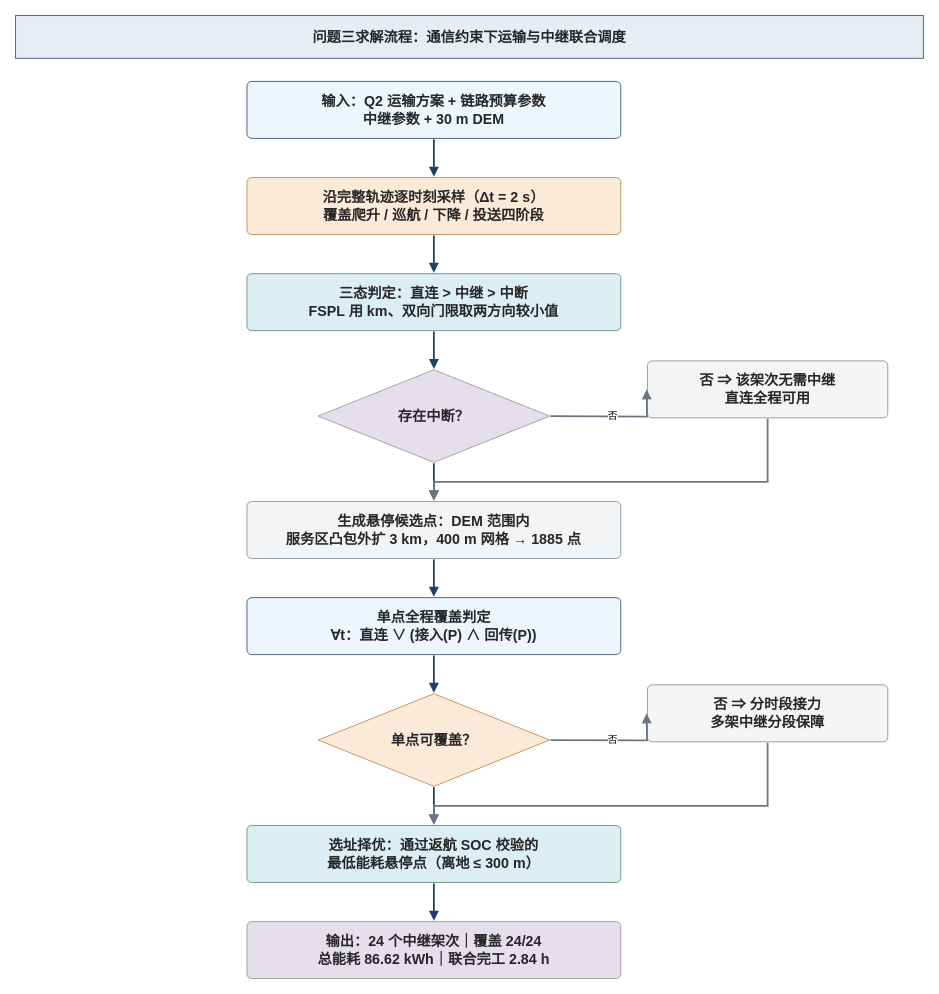
Above: otheragent/diagrams/f03_flow.drawio in starfruitsz/MathAgent (draw.io), before the change. Source tidied: cells renumbered, new cells numbered last; positions are measured from the earlier drawing's top-left corner, leaving out a move shared by most shapes. Both pictures are drawn from the tidied source at 89%, with x=0, y=0 at pixel (15, 15).
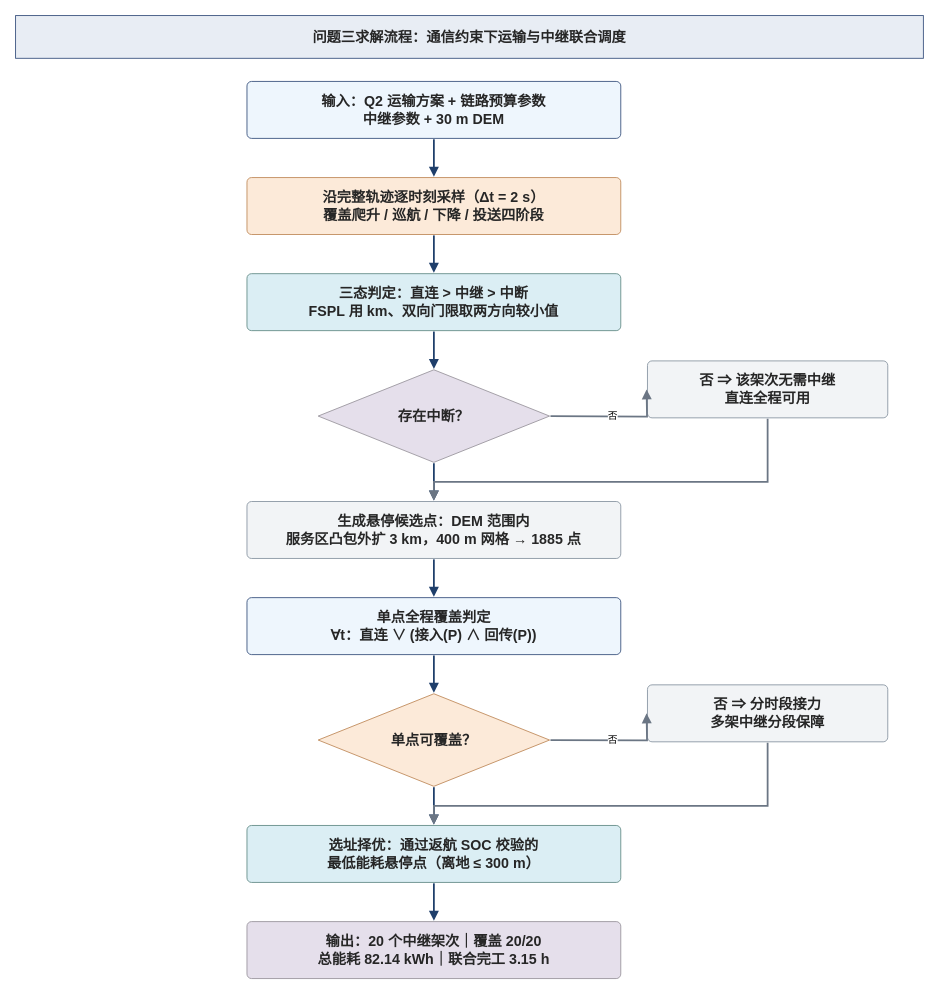
After the change.

What changed in the source:
```diff
@@
-    <mxCell id="24" value="输出：24 个中继架次｜覆盖 24/24&lt;br&gt;总能耗 86.62 kWh｜联合完工 2.84 h" style="rounded=1;arcSize=8;whiteSpace=wrap;html=1;fillColor=#e5dfeb;strokeColor=#9b979f;strokeWidth=1;fontSize=16;fontStyle=1;fontColor=#262626;fontFamily=Microsoft YaHei,PingFang SC,Helvetica;align=center;verticalAlign=middle;" parent="1" vertex="1">
+    <mxCell id="24" value="输出：20 个中继架次｜覆盖 20/20&lt;br&gt;总能耗 82.14 kWh｜联合完工 3.15 h" style="rounded=1;arcSize=8;whiteSpace=wrap;html=1;fillColor=#e5dfeb;strokeColor=#9b979f;strokeWidth=1;fontSize=16;fontStyle=1;fontColor=#262626;fontFamily=Microsoft YaHei,PingFang SC,Helvetica;align=center;verticalAlign=middle;" parent="1" vertex="1">
       <mxGeometry x="260" y="1018" width="420" height="64" as="geometry" />
     </mxCell>
```
